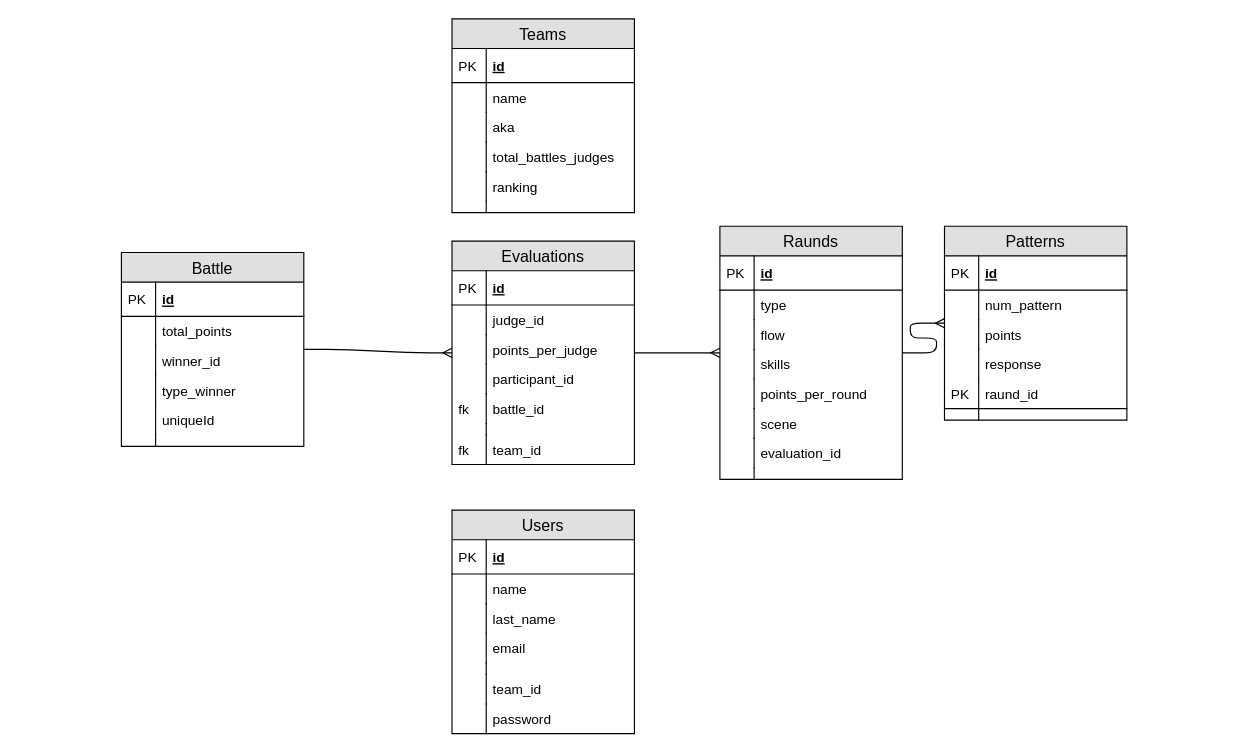
Above: Untitled Diagram.drawio in Isidro-hernndez/Texto1 (draw.io), before the change. Source tidied: cells renumbered, new cells numbered last; positions are measured from the earlier drawing's top-left corner, leaving out a move shared by most shapes. Both pictures are drawn from the tidied source at 114%, with x=0, y=0 at pixel (121, 18).
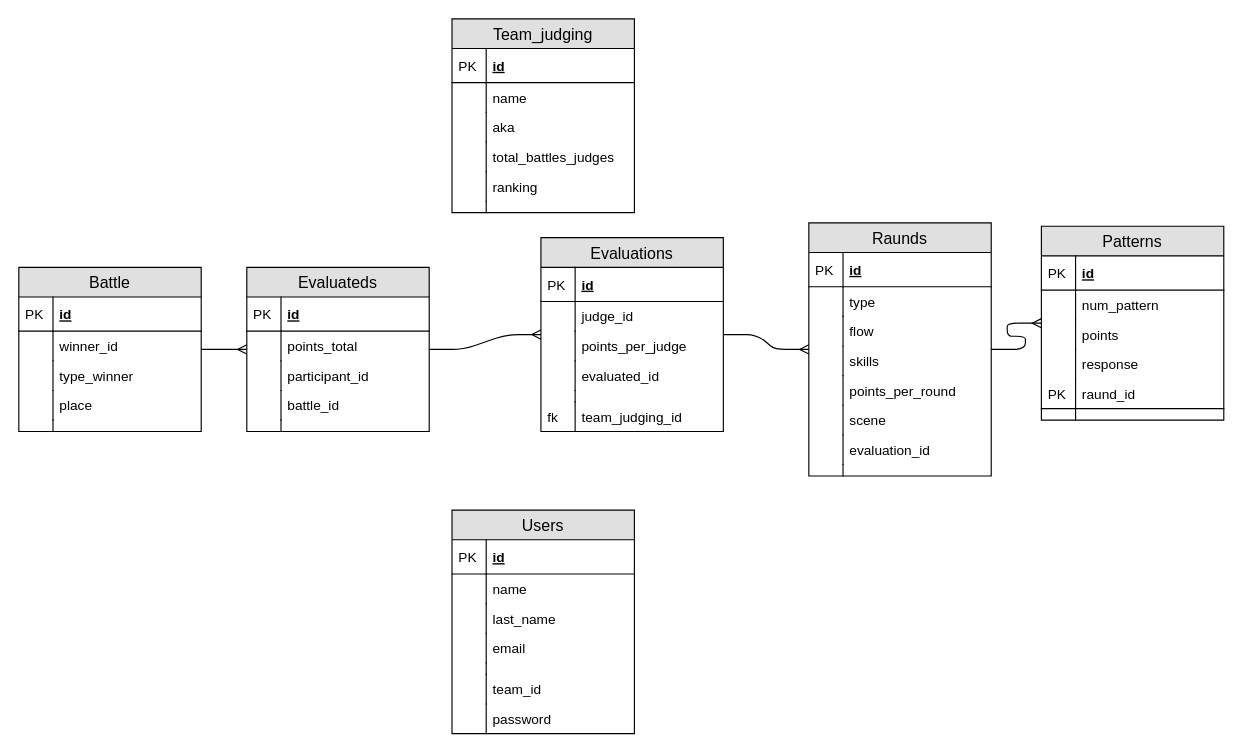
The same diagram, later.

The edit, as a diff of the source:
```diff
@@
     <mxCell id="2" value="Battle" style="swimlane;fontStyle=0;horizontal=1;startSize=26;fillColor=#e0e0e0;swimlaneFillColor=#ffffff;align=center;fontSize=14;" parent="1" vertex="1">
-      <mxGeometry y="205" width="160" height="170" as="geometry" />
+      <mxGeometry x="-90" y="218" width="160" height="144" as="geometry" />
     </mxCell>
@@
-    <mxCell id="5" value="total_points" style="shape=partialRectangle;top=0;left=0;right=0;bottom=0;align=left;verticalAlign=top;fillColor=none;spacingLeft=34;spacingRight=4;overflow=hidden;fontSize=12;" parent="2" vertex="1">
-      <mxGeometry y="56" width="160" height="26" as="geometry" />
-    </mxCell>
-    <mxCell id="6" style="shape=partialRectangle;top=0;left=0;bottom=0;fillColor=none;align=left;verticalAlign=top;spacingLeft=4;spacingRight=4;overflow=hidden;fontSize=12;" parent="5" vertex="1">
-      <mxGeometry width="30" height="26" as="geometry" />
-    </mxCell>
     <mxCell id="7" value="winner_id" style="shape=partialRectangle;top=0;left=0;right=0;bottom=0;align=left;verticalAlign=top;fillColor=none;spacingLeft=34;spacingRight=4;overflow=hidden;fontSize=12;" parent="2" vertex="1">
-      <mxGeometry y="82" width="160" height="26" as="geometry" />
+      <mxGeometry y="56" width="160" height="26" as="geometry" />
     </mxCell>
@@
     <mxCell id="9" value="type_winner" style="shape=partialRectangle;top=0;left=0;right=0;bottom=0;align=left;verticalAlign=top;fillColor=none;spacingLeft=34;spacingRight=4;overflow=hidden;fontSize=12;" parent="2" vertex="1">
-      <mxGeometry y="108" width="160" height="26" as="geometry" />
+      <mxGeometry y="82" width="160" height="26" as="geometry" />
     </mxCell>
@@
-    <mxCell id="11" value="uniqueId" style="shape=partialRectangle;top=0;left=0;right=0;bottom=0;align=left;verticalAlign=top;fillColor=none;spacingLeft=34;spacingRight=4;overflow=hidden;fontSize=12;" parent="2" vertex="1">
-      <mxGeometry y="134" width="160" height="26" as="geometry" />
+    <mxCell id="11" value="place" style="shape=partialRectangle;top=0;left=0;right=0;bottom=0;align=left;verticalAlign=top;fillColor=none;spacingLeft=34;spacingRight=4;overflow=hidden;fontSize=12;" parent="2" vertex="1">
+      <mxGeometry y="108" width="160" height="26" as="geometry" />
     </mxCell>
@@
     <mxCell id="13" style="shape=partialRectangle;top=0;left=0;right=0;bottom=0;align=left;verticalAlign=top;fillColor=none;spacingLeft=34;spacingRight=4;overflow=hidden;fontSize=12;" parent="2" vertex="1">
-      <mxGeometry y="160" width="160" height="10" as="geometry" />
+      <mxGeometry y="134" width="160" height="10" as="geometry" />
     </mxCell>
@@
     <mxCell id="30" value="Evaluations" style="swimlane;fontStyle=0;horizontal=1;startSize=26;fillColor=#e0e0e0;swimlaneFillColor=#ffffff;align=center;fontSize=14;" parent="1" vertex="1">
-      <mxGeometry x="290" y="195" width="160" height="196" as="geometry" />
+      <mxGeometry x="368" y="192" width="160" height="170" as="geometry" />
     </mxCell>
@@
-    <mxCell id="37" value="participant_id" style="shape=partialRectangle;top=0;left=0;right=0;bottom=0;align=left;verticalAlign=top;fillColor=none;spacingLeft=34;spacingRight=4;overflow=hidden;fontSize=12;" parent="30" vertex="1">
+    <mxCell id="37" value="evaluated_id" style="shape=partialRectangle;top=0;left=0;right=0;bottom=0;align=left;verticalAlign=top;fillColor=none;spacingLeft=34;spacingRight=4;overflow=hidden;fontSize=12;" parent="30" vertex="1">
       <mxGeometry y="108" width="160" height="26" as="geometry" />
     </mxCell>
@@
-    <mxCell id="39" value="battle_id" style="shape=partialRectangle;top=0;left=0;right=0;bottom=0;align=left;verticalAlign=top;fillColor=none;spacingLeft=34;spacingRight=4;overflow=hidden;fontSize=12;" parent="30" vertex="1">
-      <mxGeometry y="134" width="160" height="26" as="geometry" />
-    </mxCell>
-    <mxCell id="40" value="fk" style="shape=partialRectangle;top=0;left=0;bottom=0;fillColor=none;align=left;verticalAlign=top;spacingLeft=4;spacingRight=4;overflow=hidden;fontSize=12;" parent="39" vertex="1">
-      <mxGeometry width="30" height="26" as="geometry" />
-    </mxCell>
     <mxCell id="41" style="shape=partialRectangle;top=0;left=0;right=0;bottom=0;align=left;verticalAlign=top;fillColor=none;spacingLeft=34;spacingRight=4;overflow=hidden;fontSize=12;" parent="30" vertex="1">
-      <mxGeometry y="160" width="160" height="10" as="geometry" />
+      <mxGeometry y="134" width="160" height="10" as="geometry" />
     </mxCell>
@@
-    <mxCell id="43" value="team_id" style="shape=partialRectangle;top=0;left=0;right=0;bottom=0;align=left;verticalAlign=top;fillColor=none;spacingLeft=34;spacingRight=4;overflow=hidden;fontSize=12;" parent="30" vertex="1">
-      <mxGeometry y="170" width="160" height="26" as="geometry" />
+    <mxCell id="43" value="team_judging_id" style="shape=partialRectangle;top=0;left=0;right=0;bottom=0;align=left;verticalAlign=top;fillColor=none;spacingLeft=34;spacingRight=4;overflow=hidden;fontSize=12;" parent="30" vertex="1">
+      <mxGeometry y="144" width="160" height="26" as="geometry" />
     </mxCell>
@@
-    <mxCell id="45" style="edgeStyle=entityRelationEdgeStyle;fontSize=12;html=1;endArrow=ERmany;" parent="1" edge="1" source="2" target="30">
+    <mxCell id="45" style="edgeStyle=entityRelationEdgeStyle;fontSize=12;html=1;endArrow=ERmany;" parent="1" edge="1" source="2" target="91">
       <mxGeometry relative="1" as="geometry" />
     </mxCell>
     <mxCell id="46" value="Raunds" style="swimlane;fontStyle=0;horizontal=1;startSize=26;fillColor=#e0e0e0;swimlaneFillColor=#ffffff;align=center;fontSize=14;" parent="1" vertex="1">
-      <mxGeometry x="525" y="182" width="160" height="222" as="geometry" />
+      <mxGeometry x="603" y="179" width="160" height="222" as="geometry" />
     </mxCell>
@@
     <mxCell id="63" value="Patterns" style="swimlane;fontStyle=0;horizontal=1;startSize=26;fillColor=#e0e0e0;swimlaneFillColor=#ffffff;align=center;fontSize=14;" parent="1" vertex="1">
-      <mxGeometry x="722" y="182" width="160" height="170" as="geometry" />
+      <mxGeometry x="807" y="182" width="160" height="170" as="geometry" />
     </mxCell>
@@
-    <mxCell id="76" value="Teams" style="swimlane;fontStyle=0;horizontal=1;startSize=26;fillColor=#e0e0e0;swimlaneFillColor=#ffffff;align=center;fontSize=14;" parent="1" vertex="1">
+    <mxCell id="76" value="Team_judging" style="swimlane;fontStyle=0;horizontal=1;startSize=26;fillColor=#e0e0e0;swimlaneFillColor=#ffffff;align=center;fontSize=14;" parent="1" vertex="1">
       <mxGeometry x="290" width="160" height="170" as="geometry" />
     </mxCell>
@@
+    <mxCell id="91" value="Evaluateds" style="swimlane;fontStyle=0;horizontal=1;startSize=26;fillColor=#e0e0e0;swimlaneFillColor=#ffffff;align=center;fontSize=14;" parent="1" vertex="1">
+      <mxGeometry x="110" y="218" width="160" height="144" as="geometry" />
+    </mxCell>
+    <mxCell id="92" value="id" style="shape=partialRectangle;top=0;left=0;right=0;bottom=1;align=left;verticalAlign=middle;fillColor=none;spacingLeft=34;spacingRight=4;overflow=hidden;fontStyle=5;fontSize=12;" parent="91" vertex="1">
+      <mxGeometry y="26" width="160" height="30" as="geometry" />
+    </mxCell>
+    <mxCell id="93" value="PK" style="shape=partialRectangle;top=0;left=0;bottom=0;fillColor=none;align=left;verticalAlign=middle;spacingLeft=4;spacingRight=4;overflow=hidden;fontSize=12;" parent="92" vertex="1">
+      <mxGeometry width="30" height="30" as="geometry" />
+    </mxCell>
+    <mxCell id="94" value="points_total" style="shape=partialRectangle;top=0;left=0;right=0;bottom=0;align=left;verticalAlign=top;fillColor=none;spacingLeft=34;spacingRight=4;overflow=hidden;fontSize=12;" parent="91" vertex="1">
+      <mxGeometry y="56" width="160" height="26" as="geometry" />
+    </mxCell>
+    <mxCell id="95" style="shape=partialRectangle;top=0;left=0;bottom=0;fillColor=none;align=left;verticalAlign=top;spacingLeft=4;spacingRight=4;overflow=hidden;fontSize=12;" parent="94" vertex="1">
+      <mxGeometry width="30" height="26" as="geometry" />
+    </mxCell>
+    <mxCell id="96" value="participant_id" style="shape=partialRectangle;top=0;left=0;right=0;bottom=0;align=left;verticalAlign=top;fillColor=none;spacingLeft=34;spacingRight=4;overflow=hidden;fontSize=12;" parent="91" vertex="1">
+      <mxGeometry y="82" width="160" height="26" as="geometry" />
+    </mxCell>
+    <mxCell id="97" style="shape=partialRectangle;top=0;left=0;bottom=0;fillColor=none;align=left;verticalAlign=top;spacingLeft=4;spacingRight=4;overflow=hidden;fontSize=12;" parent="96" vertex="1">
+      <mxGeometry width="30" height="26" as="geometry" />
+    </mxCell>
+    <mxCell id="39" value="battle_id" style="shape=partialRectangle;top=0;left=0;right=0;bottom=0;align=left;verticalAlign=top;fillColor=none;spacingLeft=34;spacingRight=4;overflow=hidden;fontSize=12;" parent="91" vertex="1">
+      <mxGeometry y="108" width="160" height="26" as="geometry" />
+    </mxCell>
+    <mxCell id="98" style="shape=partialRectangle;top=0;left=0;bottom=0;fillColor=none;align=left;verticalAlign=top;spacingLeft=4;spacingRight=4;overflow=hidden;fontSize=12;" parent="39" vertex="1">
+      <mxGeometry width="30" height="26" as="geometry" />
+    </mxCell>
+    <mxCell id="99" style="shape=partialRectangle;top=0;left=0;right=0;bottom=0;align=left;verticalAlign=top;fillColor=none;spacingLeft=34;spacingRight=4;overflow=hidden;fontSize=12;" parent="91" vertex="1">
+      <mxGeometry y="134" width="160" height="10" as="geometry" />
+    </mxCell>
+    <mxCell id="100" style="shape=partialRectangle;top=0;left=0;bottom=0;fillColor=none;align=left;verticalAlign=top;spacingLeft=4;spacingRight=4;overflow=hidden;fontSize=12;" parent="99" vertex="1">
+      <mxGeometry width="30" height="10" as="geometry" />
+    </mxCell>
+    <mxCell id="101" style="edgeStyle=entityRelationEdgeStyle;fontSize=12;html=1;endArrow=ERmany;" parent="1" edge="1" source="91" target="30">
+      <mxGeometry relative="1" as="geometry" />
+    </mxCell>
```
